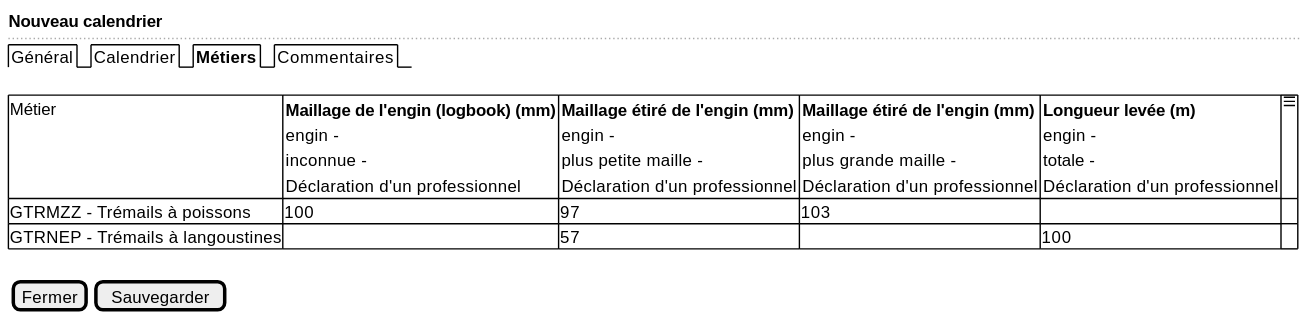
The PlantUML diagram projects/activity-calendar/spe/images/activity-calendar-metiers.svg in sumaris-net/sumaris-doc, before a commit.
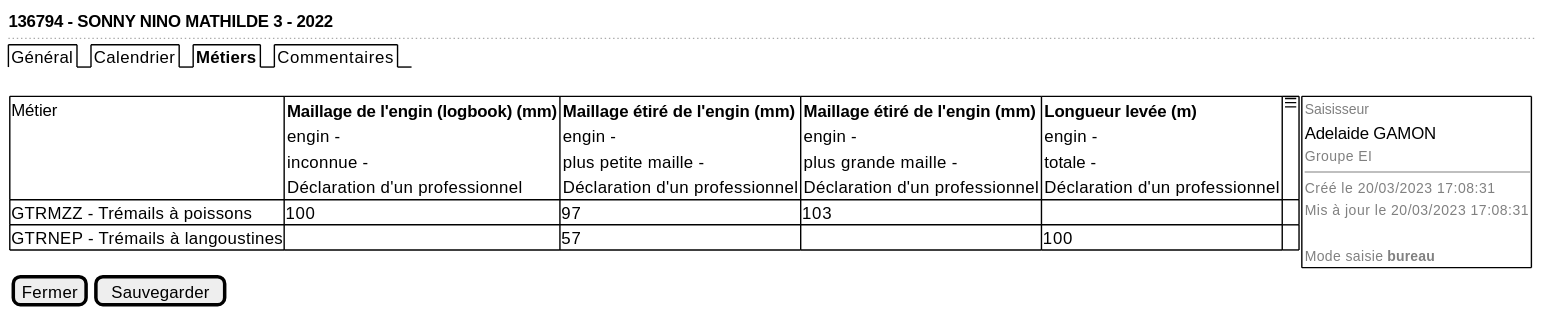
The same file after the commit.

The edit, as a diff of the source:
```diff
@@ -1,10 +1,11 @@
 @startsalt
 {
-  <b>Nouveau calendrier
+  <b>136794 - SONNY NINO MATHILDE 3 - 2022
   ..
   {/ Général | Calendrier | <b>Métiers | Commentaires }
   .
 
+  {
   {# Métier | {<b>Maillage de l'engin (logbook) (mm)
                 engin -
                 inconnue -
@@ -23,8 +24,16 @@
                 Déclaration d'un professionnel} | <&menu>
      GTRMZZ - Trémails à poissons | 100 | 97 | 103 | . | .
      GTRNEP - Trémails à langoustines | . | 57 | . | 100 | .
-  }
-  .
+  } | {+
+              { <font color=grey size=10>Saisisseur
+              Adelaide GAMON
+              <font color=grey size=10>Groupe EI
+              --
+              <font color=grey size=10>Créé le 20/03/2023 17:08:31
+              <font color=grey size=10>Mis à jour le 20/03/2023 17:08:31
+              .
+              <font color=grey size=10>Mode saisie <b>bureau
+              }}}
 
   { [Fermer] | [Sauvegarder] }
 }
```
